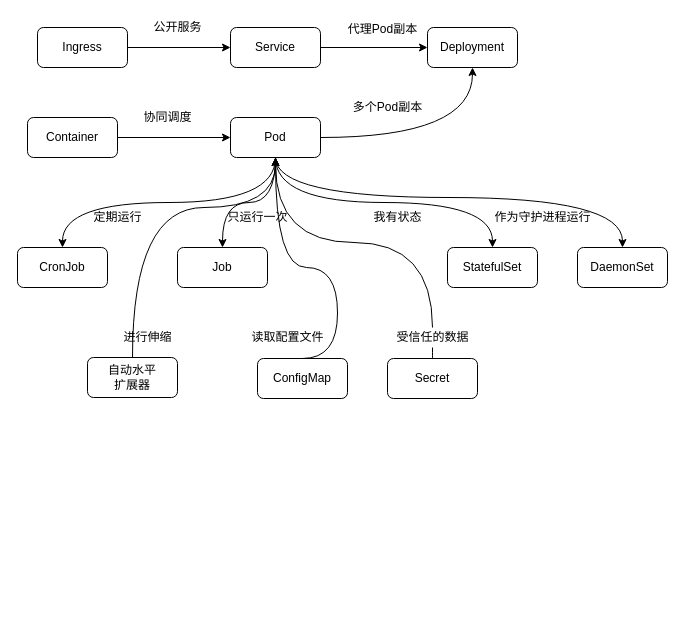
Above: K8s.drawio in Ordertiny/graph (draw.io), before the change. Source tidied: cells renumbered, new cells numbered last; positions are measured from the earlier drawing's top-left corner, leaving out a move shared by most shapes. Both pictures are drawn from the tidied source at 100%, with x=0, y=0 at pixel (17, 17).
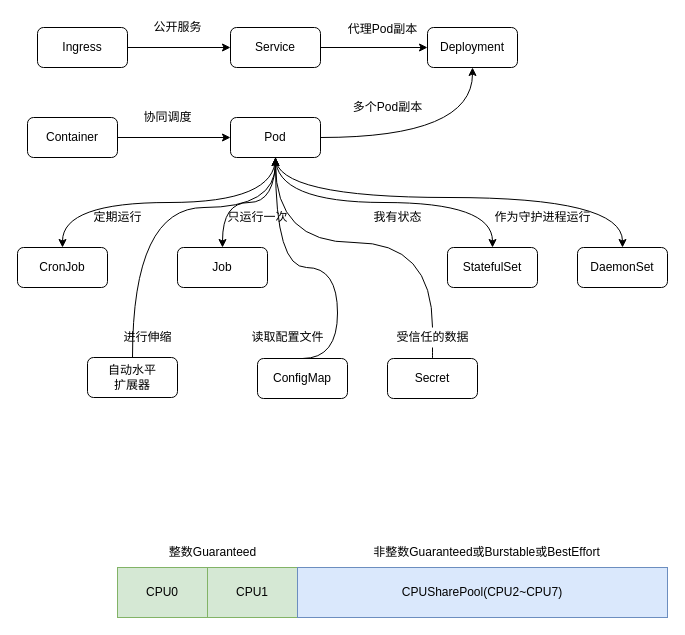
The same page after the edit.

The edit, as a diff of the source:
```diff
@@
+    <mxCell id="37" value="CPU0" style="rounded=0;whiteSpace=wrap;html=1;fillColor=#d5e8d4;strokeColor=#82b366;" parent="1" vertex="1">
+      <mxGeometry x="100" y="550" width="90" height="50" as="geometry" />
+    </mxCell>
+    <mxCell id="38" value="CPU1" style="rounded=0;whiteSpace=wrap;html=1;fillColor=#d5e8d4;strokeColor=#82b366;" parent="1" vertex="1">
+      <mxGeometry x="190" y="550" width="90" height="50" as="geometry" />
+    </mxCell>
+    <mxCell id="39" value="CPUSharePool(CPU2~CPU7)" style="rounded=0;whiteSpace=wrap;html=1;fillColor=#dae8fc;strokeColor=#6c8ebf;" parent="1" vertex="1">
+      <mxGeometry x="280" y="550" width="370" height="50" as="geometry" />
+    </mxCell>
+    <mxCell id="40" value="整数Guaranteed" style="text;html=1;align=center;verticalAlign=middle;strokeColor=none;fillColor=none;" parent="1" vertex="1">
+      <mxGeometry x="140" y="520" width="110" height="30" as="geometry" />
+    </mxCell>
+    <mxCell id="41" value="非整数Guaranteed或Burstable或BestEffort" style="text;html=1;align=center;verticalAlign=middle;strokeColor=none;fillColor=none;" parent="1" vertex="1">
+      <mxGeometry x="344" y="520" width="250" height="30" as="geometry" />
+    </mxCell>
```
